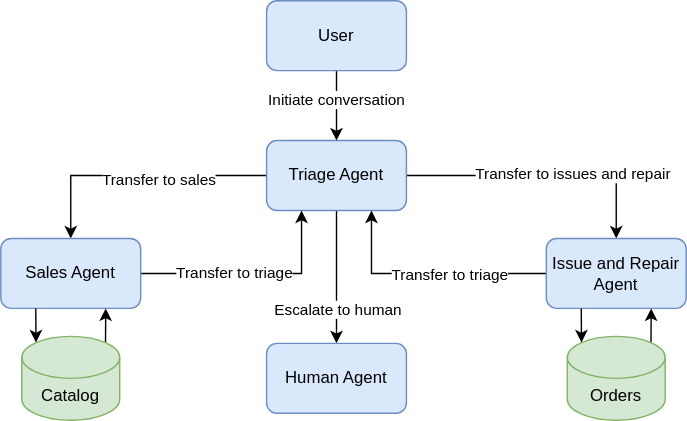
Above: python/packages/autogen-core/docs/src/user-guide/core-user-guide/design-patterns/handoffs.svg in microsoft/autogen (draw.io), before the change. Source tidied: cells renumbered, new cells last; positions are measured from the earlier drawing's top-left corner, leaving out a move shared by most shapes.
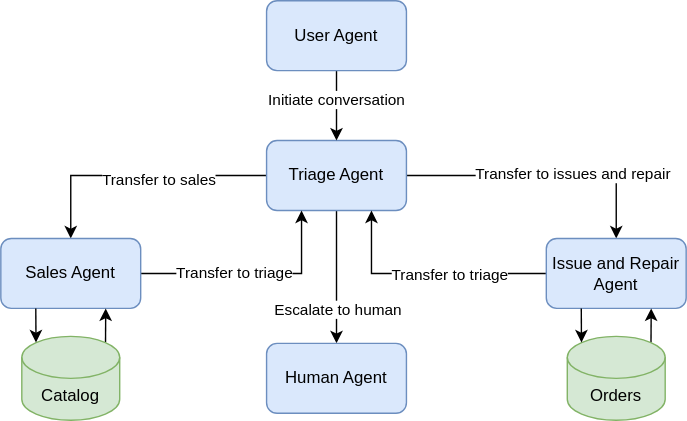
After the commit.

Commit message:
Update intro and figure

Diff of the diagram source:
```diff
@@ -55,7 +55,7 @@
     <mxCell id="16" value="Initiate conversation" style="edgeLabel;html=1;align=center;verticalAlign=middle;" parent="15" vertex="1">
       <mxGeometry x="-0.22" y="-1" relative="1" as="geometry" />
     </mxCell>
-    <mxCell id="17" value="User" style="rounded=1;whiteSpace=wrap;html=1;fillColor=#dae8fc;strokeColor=#6c8ebf;" parent="1" vertex="1">
+    <mxCell id="17" value="User Agent" style="rounded=1;whiteSpace=wrap;html=1;fillColor=#dae8fc;strokeColor=#6c8ebf;" parent="1" vertex="1">
       <mxGeometry x="190" width="100" height="50" as="geometry" />
     </mxCell>
     <mxCell id="18" style="edgeStyle=orthogonalEdgeStyle;rounded=0;jettySize=auto;html=1;exitX=0.855;exitY=0;exitDx=0;exitDy=4.35;exitPerimeter=0;entryX=0.75;entryY=1;entryDx=0;entryDy=0;" parent="1" edge="1" source="19" target="11">
```
